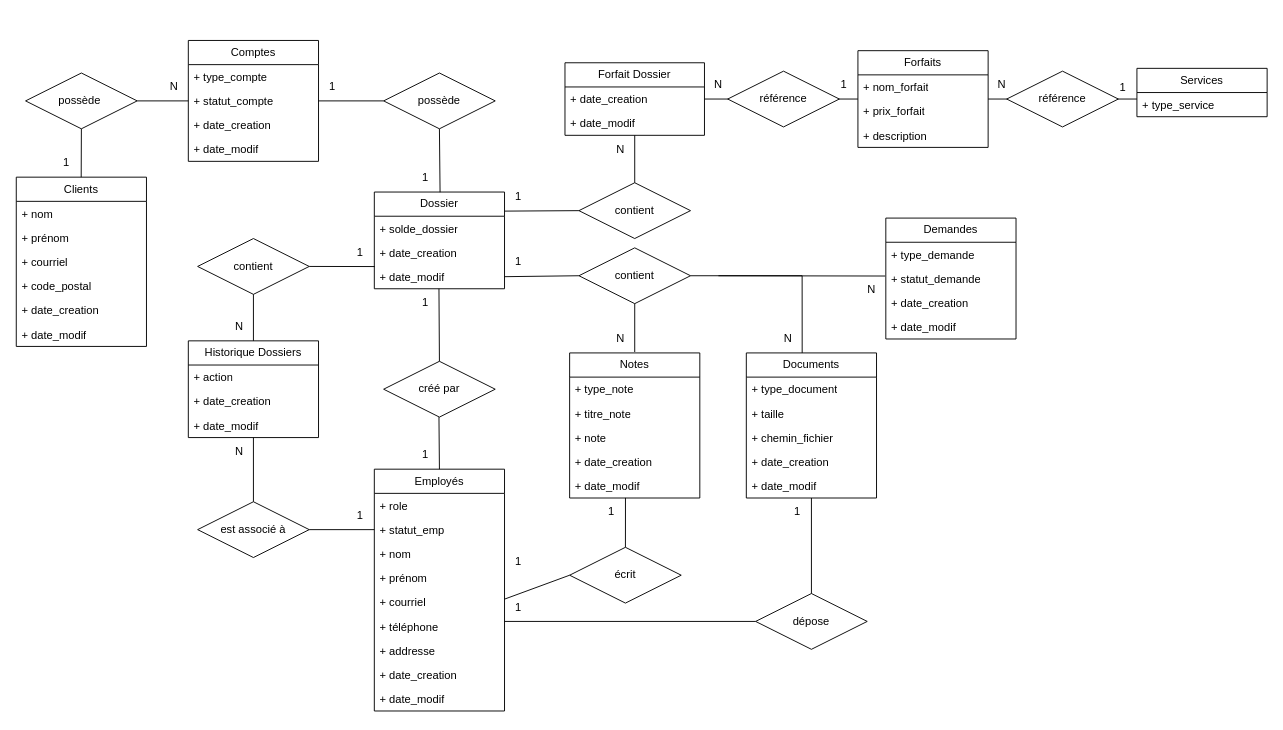
This is Mandat 1 - Planification/BelleVibe Entité Relation.drawio from JeHudon/BelleVibe, a draw.io file, before an edit. Source tidied: cells renumbered, new cells numbered last; positions are measured from the earlier drawing's top-left corner, leaving out a move shared by most shapes. Both pictures are drawn from the tidied source at 93%, with x=0, y=0 at pixel (16, 40).
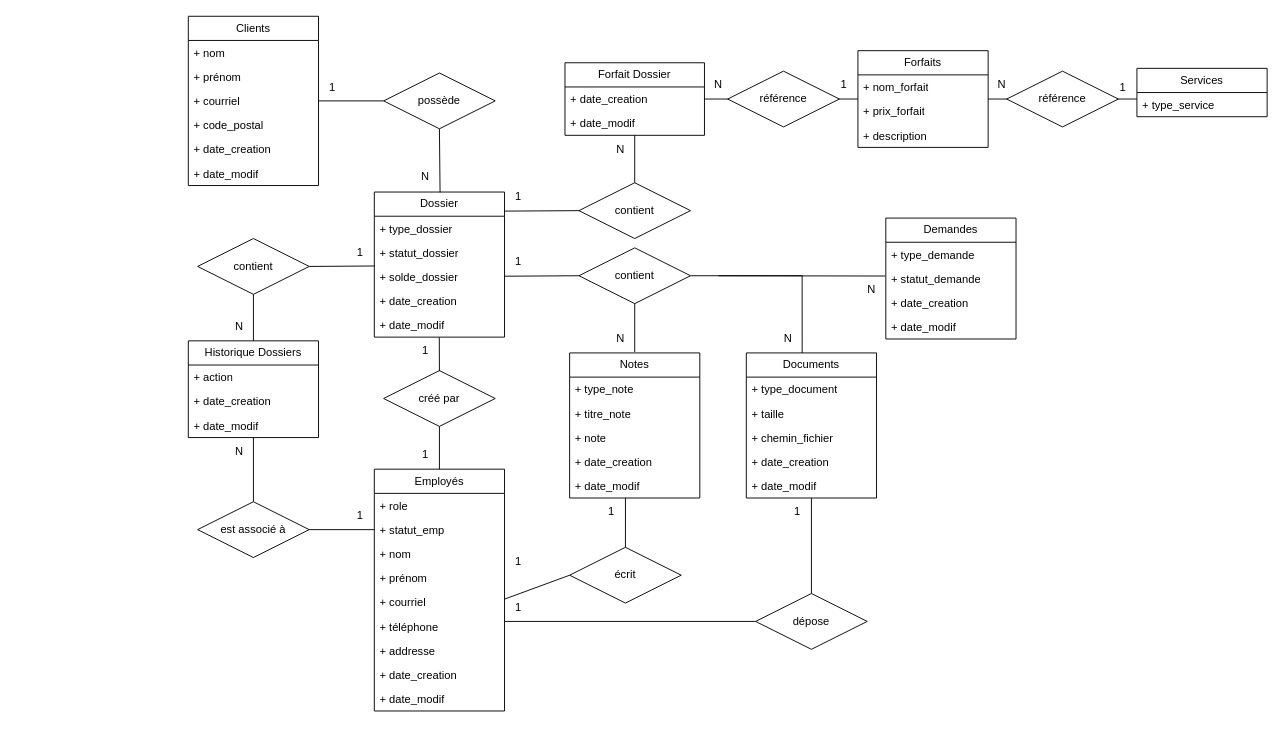
The same diagram, later.

Commit message (it also covers changes not shown here):
MODIFICATION APRES MANDAT : fusion de compte et dossier puisque pas nécessaire

The change refers to these unchanged cells:
```xml
<mxCell id="10" value="Employés" style="swimlane;fontStyle=0;horizontal=1;startSize=26;fillColor=none;whiteSpace=wrap;html=1;" parent="1" vertex="1">
  <mxGeometry x="385" y="461" width="140" height="260" as="geometry" />
</mxCell>
<mxCell id="59" value="possède" style="shape=rhombus;perimeter=rhombusPerimeter;whiteSpace=wrap;html=1;align=center;" parent="1" vertex="1">
  <mxGeometry x="395" y="35" width="120" height="60" as="geometry" />
</mxCell>
<mxCell id="63" value="contient" style="shape=rhombus;perimeter=rhombusPerimeter;whiteSpace=wrap;html=1;align=center;" parent="1" vertex="1">
  <mxGeometry x="605" y="223" width="120" height="60" as="geometry" />
</mxCell>
```

Change to the diagram source:
```diff
@@
-    <mxCell id="2" value="possède&amp;nbsp;" style="shape=rhombus;perimeter=rhombusPerimeter;whiteSpace=wrap;html=1;align=center;" parent="1" vertex="1">
-      <mxGeometry x="10" y="35" width="120" height="60" as="geometry" />
-    </mxCell>
     <mxCell id="3" value="Clients" style="swimlane;fontStyle=0;horizontal=1;startSize=26;fillColor=none;whiteSpace=wrap;html=1;" parent="1" vertex="1">
-      <mxGeometry y="147" width="140" height="182" as="geometry" />
+      <mxGeometry x="185" y="-26" width="140" height="182" as="geometry" />
     </mxCell>
@@
-    <mxCell id="20" value="Comptes" style="swimlane;fontStyle=0;horizontal=1;startSize=26;fillColor=none;whiteSpace=wrap;html=1;" parent="1" vertex="1">
-      <mxGeometry x="185" width="140" height="130" as="geometry" />
-    </mxCell>
-    <mxCell id="21" value="+ type_compte" style="text;strokeColor=none;fillColor=none;align=left;verticalAlign=top;spacingLeft=4;spacingRight=4;overflow=hidden;whiteSpace=wrap;html=1;" parent="20" vertex="1">
-      <mxGeometry y="26" width="140" height="26" as="geometry" />
-    </mxCell>
-    <mxCell id="22" value="+ statut_compte" style="text;strokeColor=none;fillColor=none;align=left;verticalAlign=top;spacingLeft=4;spacingRight=4;overflow=hidden;points=[[0,0.5],[1,0.5]];portConstraint=eastwest;whiteSpace=wrap;html=1;" parent="20" vertex="1">
-      <mxGeometry y="52" width="140" height="26" as="geometry" />
-    </mxCell>
-    <mxCell id="23" value="+ date_c&lt;span style=&quot;background-color: transparent; color: light-dark(rgb(0, 0, 0), rgb(255, 255, 255));&quot;&gt;reation&lt;/span&gt;" style="text;strokeColor=none;fillColor=none;align=left;verticalAlign=top;spacingLeft=4;spacingRight=4;overflow=hidden;whiteSpace=wrap;html=1;" parent="20" vertex="1">
-      <mxGeometry y="78" width="140" height="26" as="geometry" />
-    </mxCell>
-    <mxCell id="24" value="+ date_modif" style="text;strokeColor=none;fillColor=none;align=left;verticalAlign=top;spacingLeft=4;spacingRight=4;overflow=hidden;whiteSpace=wrap;html=1;" parent="20" vertex="1">
-      <mxGeometry y="104" width="140" height="26" as="geometry" />
-    </mxCell>
@@
     <mxCell id="31" value="Dossier" style="swimlane;fontStyle=0;horizontal=1;startSize=26;fillColor=none;whiteSpace=wrap;html=1;" parent="1" vertex="1">
-      <mxGeometry x="385" y="163" width="140" height="104" as="geometry" />
+      <mxGeometry x="385" y="163" width="140" height="156" as="geometry" />
     </mxCell>
+    <mxCell id="115" value="+ type_dossier" style="text;strokeColor=none;fillColor=none;align=left;verticalAlign=top;spacingLeft=4;spacingRight=4;overflow=hidden;whiteSpace=wrap;html=1;" parent="31" vertex="1">
+      <mxGeometry y="26" width="140" height="26" as="geometry" />
+    </mxCell>
+    <mxCell id="116" value="+ statut_dossier" style="text;strokeColor=none;fillColor=none;align=left;verticalAlign=top;spacingLeft=4;spacingRight=4;overflow=hidden;whiteSpace=wrap;html=1;" parent="31" vertex="1">
+      <mxGeometry y="52" width="140" height="26" as="geometry" />
+    </mxCell>
     <mxCell id="32" value="&lt;div&gt;+ solde_dossier&lt;/div&gt;" style="text;strokeColor=none;fillColor=none;align=left;verticalAlign=top;spacingLeft=4;spacingRight=4;overflow=hidden;points=[[0,0.5],[1,0.5]];portConstraint=eastwest;whiteSpace=wrap;html=1;" parent="31" vertex="1">
-      <mxGeometry y="26" width="140" height="26" as="geometry" />
+      <mxGeometry y="78" width="140" height="26" as="geometry" />
     </mxCell>
     <mxCell id="33" value="+ date_creation&lt;div&gt;&lt;br&gt;&lt;/div&gt;" style="text;strokeColor=none;fillColor=none;align=left;verticalAlign=top;spacingLeft=4;spacingRight=4;overflow=hidden;whiteSpace=wrap;html=1;" parent="31" vertex="1">
-      <mxGeometry y="52" width="140" height="26" as="geometry" />
+      <mxGeometry y="104" width="140" height="26" as="geometry" />
     </mxCell>
     <mxCell id="34" value="+ date_modif" style="text;strokeColor=none;fillColor=none;align=left;verticalAlign=top;spacingLeft=4;spacingRight=4;overflow=hidden;points=[[0,0.5],[1,0.5]];portConstraint=eastwest;whiteSpace=wrap;html=1;" parent="31" vertex="1">
-      <mxGeometry y="78" width="140" height="26" as="geometry" />
+      <mxGeometry y="130" width="140" height="26" as="geometry" />
     </mxCell>
@@
-    <mxCell id="60" style="endArrow=none;html=1;rounded=0;entryX=0;entryY=0.5;entryDx=0;entryDy=0;exitX=1;exitY=0.5;exitDx=0;exitDy=0;" parent="1" edge="1" source="2" target="22">
-      <mxGeometry relative="1" as="geometry" />
-    </mxCell>
-    <mxCell id="61" style="endArrow=none;html=1;rounded=0;entryX=0;entryY=0.5;entryDx=0;entryDy=0;exitX=1;exitY=0.5;exitDx=0;exitDy=0;" parent="1" edge="1" source="22" target="59">
-      <mxGeometry relative="1" as="geometry" />
+    <mxCell id="61" style="endArrow=none;html=1;rounded=0;entryX=0;entryY=0.5;entryDx=0;entryDy=0;exitX=1;exitY=0.5;exitDx=0;exitDy=0;" parent="1" edge="1" target="59">
+      <mxGeometry relative="1" as="geometry">
+        <mxPoint x="325" y="65" as="sourcePoint" />
+      </mxGeometry>
     </mxCell>
@@
-    <mxCell id="64" style="endArrow=none;html=1;rounded=0;exitX=1;exitY=0.5;exitDx=0;exitDy=0;entryX=0;entryY=0.5;entryDx=0;entryDy=0;" parent="1" edge="1" source="34" target="63">
-      <mxGeometry relative="1" as="geometry" />
-    </mxCell>
@@
     <mxCell id="67" value="créé par" style="shape=rhombus;perimeter=rhombusPerimeter;whiteSpace=wrap;html=1;align=center;" parent="1" vertex="1">
-      <mxGeometry x="395" y="345" width="120" height="60" as="geometry" />
+      <mxGeometry x="395" y="355" width="120" height="60" as="geometry" />
     </mxCell>
-    <mxCell id="68" style="endArrow=none;html=1;rounded=0;exitX=0.5;exitY=1;exitDx=0;exitDy=0;entryX=0.5;entryY=0;entryDx=0;entryDy=0;" parent="1" edge="1" target="10">
+    <mxCell id="68" style="endArrow=none;html=1;rounded=0;entryX=0.5;entryY=0;entryDx=0;entryDy=0;" parent="1" edge="1" target="10">
       <mxGeometry relative="1" as="geometry">
-        <mxPoint x="454.5" y="405" as="sourcePoint" />
+        <mxPoint x="455" y="415" as="sourcePoint" />
       </mxGeometry>
     </mxCell>
-    <mxCell id="69" style="endArrow=none;html=1;rounded=0;exitX=0.5;exitY=1;exitDx=0;exitDy=0;" parent="1" edge="1">
-      <mxGeometry relative="1" as="geometry">
-        <mxPoint x="454.5" y="267" as="sourcePoint" />
-        <mxPoint x="455" y="345" as="targetPoint" />
-      </mxGeometry>
+    <mxCell id="69" style="endArrow=none;html=1;rounded=0;exitX=0.499;exitY=1.012;exitDx=0;exitDy=0;exitPerimeter=0;entryX=0.5;entryY=0.009;entryDx=0;entryDy=0;entryPerimeter=0;" parent="1" edge="1" source="34" target="67">
+      <mxGeometry relative="1" as="geometry" />
     </mxCell>
@@
-    <mxCell id="74" style="endArrow=none;html=1;rounded=0;entryX=0.003;entryY=0.081;entryDx=0;entryDy=0;entryPerimeter=0;" parent="1" edge="1" target="34">
-      <mxGeometry relative="1" as="geometry">
-        <mxPoint x="315" y="243" as="sourcePoint" />
-      </mxGeometry>
-    </mxCell>
@@
     <mxCell id="86" value="1" style="text;html=1;whiteSpace=wrap;strokeColor=none;fillColor=none;align=center;verticalAlign=middle;rounded=0;" parent="1" vertex="1">
-      <mxGeometry x="39" y="116" width="30" height="30" as="geometry" />
+      <mxGeometry x="325" y="36" width="30" height="30" as="geometry" />
     </mxCell>
     <mxCell id="87" value="N" style="text;html=1;whiteSpace=wrap;strokeColor=none;fillColor=none;align=center;verticalAlign=middle;rounded=0;" parent="1" vertex="1">
-      <mxGeometry x="155" y="35" width="30" height="30" as="geometry" />
+      <mxGeometry x="425" y="132" width="30" height="30" as="geometry" />
     </mxCell>
-    <mxCell id="88" value="1" style="text;html=1;whiteSpace=wrap;strokeColor=none;fillColor=none;align=center;verticalAlign=middle;rounded=0;" parent="1" vertex="1">
-      <mxGeometry x="325" y="35" width="30" height="30" as="geometry" />
-    </mxCell>
-    <mxCell id="89" value="1" style="text;html=1;whiteSpace=wrap;strokeColor=none;fillColor=none;align=center;verticalAlign=middle;rounded=0;" parent="1" vertex="1">
-      <mxGeometry x="425" y="133" width="30" height="30" as="geometry" />
-    </mxCell>
@@
-    <mxCell id="91" value="1" style="text;html=1;whiteSpace=wrap;strokeColor=none;fillColor=none;align=center;verticalAlign=middle;rounded=0;" parent="1" vertex="1">
-      <mxGeometry x="525" y="223" width="30" height="30" as="geometry" />
-    </mxCell>
@@
     <mxCell id="99" value="1" style="text;html=1;whiteSpace=wrap;strokeColor=none;fillColor=none;align=center;verticalAlign=middle;rounded=0;" parent="1" vertex="1">
-      <mxGeometry x="425" y="267" width="30" height="30" as="geometry" />
+      <mxGeometry x="425" y="319" width="30" height="30" as="geometry" />
     </mxCell>
@@
-    <mxCell id="114" style="endArrow=none;html=1;rounded=0;exitX=0.5;exitY=1;exitDx=0;exitDy=0;entryX=0.5;entryY=0;entryDx=0;entryDy=0;" parent="1" edge="1" source="2">
-      <mxGeometry relative="1" as="geometry">
-        <mxPoint x="69.8" y="147" as="targetPoint" />
-      </mxGeometry>
-    </mxCell>
+    <mxCell id="117" style="endArrow=none;html=1;rounded=0;entryX=0;entryY=0.5;entryDx=0;entryDy=0;exitX=0;exitY=0.75;exitDx=0;exitDy=0;" parent="1" edge="1">
+      <mxGeometry relative="1" as="geometry">
+        <mxPoint x="525" y="253.5" as="sourcePoint" />
+        <mxPoint x="605" y="253" as="targetPoint" />
+      </mxGeometry>
+    </mxCell>
+    <mxCell id="91" value="1" style="text;html=1;whiteSpace=wrap;strokeColor=none;fillColor=none;align=center;verticalAlign=middle;rounded=0;" parent="1" vertex="1">
+      <mxGeometry x="525" y="223" width="30" height="30" as="geometry" />
+    </mxCell>
+    <mxCell id="118" style="endArrow=none;html=1;rounded=0;entryX=0.001;entryY=0.058;entryDx=0;entryDy=0;exitX=0;exitY=0.75;exitDx=0;exitDy=0;entryPerimeter=0;" parent="1" edge="1" target="32">
+      <mxGeometry relative="1" as="geometry">
+        <mxPoint x="315" y="243" as="sourcePoint" />
+      </mxGeometry>
+    </mxCell>
```
